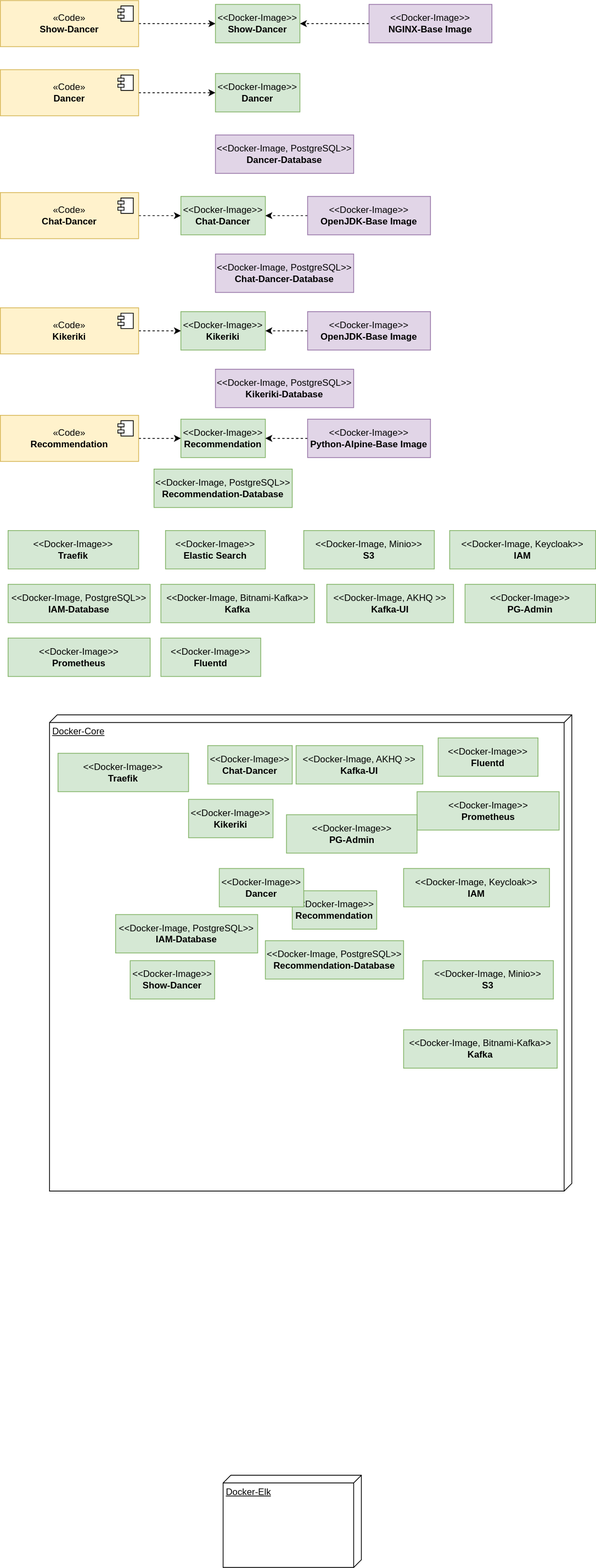
Before: src/main/jbake/content/documentation/arc42/images/deployment-components.drawio.svg, a diagram exported from draw.io (dancier/documentation). Source tidied: cells renumbered, new cells last; positions are measured from the earlier drawing's top-left corner, leaving out a move shared by most shapes.
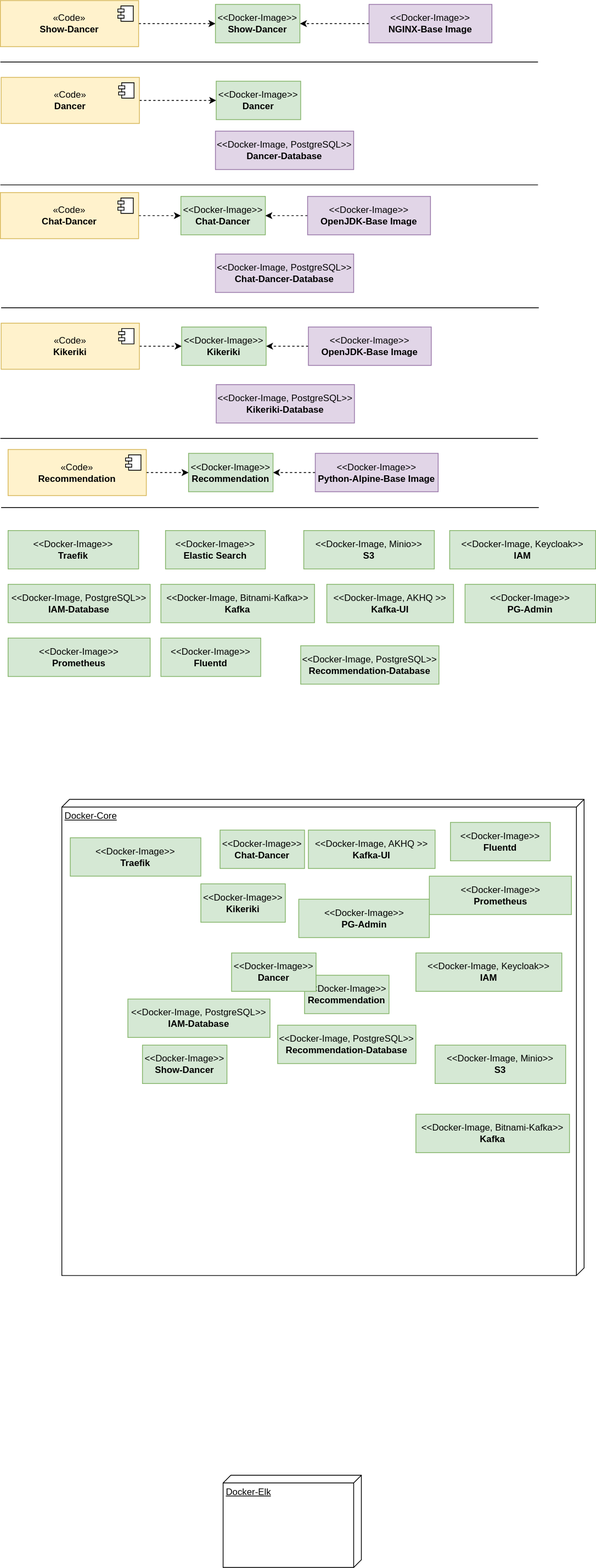
After the change.

What changed in the source:
```diff
@@ -3,7 +3,7 @@
     <mxCell id="0" />
     <mxCell id="1" parent="0" />
     <mxCell id="2" value="Docker-Core" style="verticalAlign=top;align=left;spacingTop=8;spacingLeft=2;spacingRight=12;shape=cube;size=10;direction=south;fontStyle=4;html=1;whiteSpace=wrap;" parent="1" vertex="1">
-      <mxGeometry x="64" y="930" width="680" height="620" as="geometry" />
+      <mxGeometry x="80" y="1040" width="680" height="620" as="geometry" />
     </mxCell>
     <mxCell id="3" style="edgeStyle=orthogonalEdgeStyle;rounded=0;jettySize=auto;html=1;entryX=0;entryY=0.5;entryDx=0;entryDy=0;dashed=1;" parent="1" edge="1" source="4" target="6">
       <mxGeometry relative="1" as="geometry" />
@@ -26,13 +26,13 @@
       <mxGeometry x="480" y="5" width="160" height="50" as="geometry" />
     </mxCell>
     <mxCell id="9" value="&amp;lt;&amp;lt;Docker-Image&amp;gt;&amp;gt;&lt;br&gt;&lt;b&gt;Dancer&lt;/b&gt;" style="html=1;whiteSpace=wrap;fillColor=#d5e8d4;strokeColor=#82b366;" parent="1" vertex="1">
-      <mxGeometry x="280" y="95" width="110" height="50" as="geometry" />
+      <mxGeometry x="281" y="105" width="110" height="50" as="geometry" />
     </mxCell>
     <mxCell id="10" style="edgeStyle=orthogonalEdgeStyle;rounded=0;jettySize=auto;html=1;entryX=0;entryY=0.5;entryDx=0;entryDy=0;dashed=1;" parent="1" edge="1" source="11" target="9">
       <mxGeometry relative="1" as="geometry" />
     </mxCell>
     <mxCell id="11" value="«Code»&lt;br&gt;&lt;b&gt;Dancer&lt;/b&gt;" style="html=1;whiteSpace=wrap;fillColor=#fff2cc;strokeColor=#d6b656;" parent="1" vertex="1">
-      <mxGeometry y="90" width="180" height="60" as="geometry" />
+      <mxGeometry x="1" y="100" width="180" height="60" as="geometry" />
     </mxCell>
     <mxCell id="12" style="shape=module;jettyWidth=8;jettyHeight=4;" parent="11" vertex="1">
       <mxGeometry x="1" width="20" height="20" relative="1" as="geometry">
@@ -40,7 +40,7 @@
       </mxGeometry>
     </mxCell>
     <mxCell id="13" value="&amp;lt;&amp;lt;Docker-Image, PostgreSQL&amp;gt;&amp;gt;&lt;br&gt;&lt;b&gt;Dancer-Database&lt;/b&gt;" style="html=1;whiteSpace=wrap;fillColor=#e1d5e7;strokeColor=#9673a6;" parent="1" vertex="1">
-      <mxGeometry x="280" y="175" width="180" height="50" as="geometry" />
+      <mxGeometry x="280" y="170" width="180" height="50" as="geometry" />
     </mxCell>
     <mxCell id="14" value="&amp;lt;&amp;lt;Docker-Image&amp;gt;&amp;gt;&lt;br&gt;&lt;b&gt;Chat-Dancer&lt;/b&gt;" style="html=1;whiteSpace=wrap;fillColor=#d5e8d4;strokeColor=#82b366;" parent="1" vertex="1">
       <mxGeometry x="235" y="255" width="110" height="50" as="geometry" />
@@ -81,13 +81,13 @@
       <mxGeometry x="425" y="760" width="165" height="50" as="geometry" />
     </mxCell>
     <mxCell id="26" value="&amp;lt;&amp;lt;Docker-Image&amp;gt;&amp;gt;&lt;br&gt;&lt;b&gt;Kikeriki&lt;/b&gt;" style="html=1;whiteSpace=wrap;fillColor=#d5e8d4;strokeColor=#82b366;" parent="1" vertex="1">
-      <mxGeometry x="235" y="405" width="110" height="50" as="geometry" />
+      <mxGeometry x="236" y="425" width="110" height="50" as="geometry" />
     </mxCell>
     <mxCell id="27" style="edgeStyle=orthogonalEdgeStyle;rounded=0;jettySize=auto;html=1;entryX=0;entryY=0.5;entryDx=0;entryDy=0;dashed=1;" parent="1" edge="1" source="28" target="26">
       <mxGeometry relative="1" as="geometry" />
     </mxCell>
     <mxCell id="28" value="«Code»&lt;br&gt;&lt;b&gt;Kikeriki&lt;/b&gt;" style="html=1;whiteSpace=wrap;fillColor=#fff2cc;strokeColor=#d6b656;" parent="1" vertex="1">
-      <mxGeometry y="400" width="180" height="60" as="geometry" />
+      <mxGeometry x="1" y="420" width="180" height="60" as="geometry" />
     </mxCell>
     <mxCell id="29" style="shape=module;jettyWidth=8;jettyHeight=4;" parent="28" vertex="1">
       <mxGeometry x="1" width="20" height="20" relative="1" as="geometry">
@@ -98,10 +98,10 @@
       <mxGeometry relative="1" as="geometry" />
     </mxCell>
     <mxCell id="31" value="&amp;lt;&amp;lt;Docker-Image&amp;gt;&amp;gt;&lt;br&gt;&lt;b&gt;OpenJDK-Base Image&lt;/b&gt;" style="html=1;whiteSpace=wrap;fillColor=#e1d5e7;strokeColor=#9673a6;" parent="1" vertex="1">
-      <mxGeometry x="400" y="405" width="160" height="50" as="geometry" />
+      <mxGeometry x="401" y="425" width="160" height="50" as="geometry" />
     </mxCell>
     <mxCell id="32" value="&amp;lt;&amp;lt;Docker-Image, PostgreSQL&amp;gt;&amp;gt;&lt;br&gt;&lt;b&gt;Kikeriki-Database&lt;/b&gt;" style="html=1;whiteSpace=wrap;fillColor=#e1d5e7;strokeColor=#9673a6;" parent="1" vertex="1">
-      <mxGeometry x="280" y="480" width="180" height="50" as="geometry" />
+      <mxGeometry x="281" y="500" width="180" height="50" as="geometry" />
     </mxCell>
     <mxCell id="33" value="&amp;lt;&amp;lt;Docker-Image&amp;gt;&amp;gt;&lt;br&gt;&lt;b&gt;PG-Admin&lt;/b&gt;" style="html=1;whiteSpace=wrap;fillColor=#d5e8d4;strokeColor=#82b366;" parent="1" vertex="1">
       <mxGeometry x="605" y="760" width="170" height="50" as="geometry" />
@@ -110,13 +110,13 @@
       <mxGeometry x="10" y="830" width="185" height="50" as="geometry" />
     </mxCell>
     <mxCell id="35" value="&amp;lt;&amp;lt;Docker-Image&amp;gt;&amp;gt;&lt;br&gt;&lt;b&gt;Recommendation&lt;/b&gt;" style="html=1;whiteSpace=wrap;fillColor=#d5e8d4;strokeColor=#82b366;" parent="1" vertex="1">
-      <mxGeometry x="235" y="545" width="110" height="50" as="geometry" />
+      <mxGeometry x="245" y="589.5" width="110" height="50" as="geometry" />
     </mxCell>
     <mxCell id="36" style="edgeStyle=orthogonalEdgeStyle;rounded=0;jettySize=auto;html=1;entryX=0;entryY=0.5;entryDx=0;entryDy=0;dashed=1;" parent="1" edge="1" source="37" target="35">
       <mxGeometry relative="1" as="geometry" />
     </mxCell>
     <mxCell id="37" value="«Code»&lt;br&gt;&lt;b&gt;Recommendation&lt;/b&gt;" style="html=1;whiteSpace=wrap;fillColor=#fff2cc;strokeColor=#d6b656;" parent="1" vertex="1">
-      <mxGeometry y="540" width="180" height="60" as="geometry" />
+      <mxGeometry x="10" y="584.5" width="180" height="60" as="geometry" />
     </mxCell>
     <mxCell id="38" style="shape=module;jettyWidth=8;jettyHeight=4;" parent="37" vertex="1">
       <mxGeometry x="1" width="20" height="20" relative="1" as="geometry">
@@ -127,16 +127,16 @@
       <mxGeometry relative="1" as="geometry" />
     </mxCell>
     <mxCell id="40" value="&amp;lt;&amp;lt;Docker-Image&amp;gt;&amp;gt;&lt;br&gt;&lt;b&gt;Python-Alpine-Base Image&lt;/b&gt;" style="html=1;whiteSpace=wrap;fillColor=#e1d5e7;strokeColor=#9673a6;" parent="1" vertex="1">
-      <mxGeometry x="400" y="545" width="160" height="50" as="geometry" />
+      <mxGeometry x="410" y="589.5" width="160" height="50" as="geometry" />
     </mxCell>
     <mxCell id="41" value="&amp;lt;&amp;lt;Docker-Image, PostgreSQL&amp;gt;&amp;gt;&lt;br&gt;&lt;b&gt;Recommendation-Database&lt;/b&gt;" style="html=1;whiteSpace=wrap;fillColor=#d5e8d4;strokeColor=#82b366;" parent="1" vertex="1">
-      <mxGeometry x="200" y="610" width="180" height="50" as="geometry" />
+      <mxGeometry x="391" y="840" width="180" height="50" as="geometry" />
     </mxCell>
     <mxCell id="42" value="&amp;lt;&amp;lt;Docker-Image, Minio&amp;gt;&amp;gt;&lt;br&gt;&lt;b&gt;S3&lt;/b&gt;" style="html=1;whiteSpace=wrap;fillColor=#d5e8d4;strokeColor=#82b366;" parent="1" vertex="1">
-      <mxGeometry x="550" y="1250" width="170" height="50" as="geometry" />
+      <mxGeometry x="566" y="1360" width="170" height="50" as="geometry" />
     </mxCell>
     <mxCell id="43" value="&amp;lt;&amp;lt;Docker-Image&amp;gt;&amp;gt;&lt;br&gt;&lt;b&gt;Traefik&lt;/b&gt;" style="html=1;whiteSpace=wrap;fillColor=#d5e8d4;strokeColor=#82b366;" parent="1" vertex="1">
-      <mxGeometry x="75" y="980" width="170" height="50" as="geometry" />
+      <mxGeometry x="91" y="1090" width="170" height="50" as="geometry" />
     </mxCell>
     <mxCell id="44" value="&amp;lt;&amp;lt;Docker-Image&amp;gt;&amp;gt;&lt;br&gt;&lt;b&gt;Elastic Search&lt;/b&gt;" style="html=1;whiteSpace=wrap;fillColor=#d5e8d4;strokeColor=#82b366;" parent="1" vertex="1">
       <mxGeometry x="215" y="690" width="130" height="50" as="geometry" />
@@ -145,10 +145,10 @@
       <mxGeometry x="290" y="1920" width="180" height="120" as="geometry" />
     </mxCell>
     <mxCell id="46" value="&amp;lt;&amp;lt;Docker-Image&amp;gt;&amp;gt;&lt;br&gt;&lt;b&gt;Fluentd&lt;/b&gt;" style="html=1;whiteSpace=wrap;fillColor=#d5e8d4;strokeColor=#82b366;" parent="1" vertex="1">
-      <mxGeometry x="570" y="960" width="130" height="50" as="geometry" />
+      <mxGeometry x="586" y="1070" width="130" height="50" as="geometry" />
     </mxCell>
     <mxCell id="47" value="&amp;lt;&amp;lt;Docker-Image&amp;gt;&amp;gt;&lt;br&gt;&lt;b&gt;Prometheus&lt;/b&gt;" style="html=1;whiteSpace=wrap;fillColor=#d5e8d4;strokeColor=#82b366;" parent="1" vertex="1">
-      <mxGeometry x="542.5" y="1030" width="185" height="50" as="geometry" />
+      <mxGeometry x="558.5" y="1140" width="185" height="50" as="geometry" />
     </mxCell>
     <mxCell id="48" value="&amp;lt;&amp;lt;Docker-Image&amp;gt;&amp;gt;&lt;br&gt;&lt;b&gt;Traefik&lt;/b&gt;" style="html=1;whiteSpace=wrap;fillColor=#d5e8d4;strokeColor=#82b366;" parent="1" vertex="1">
       <mxGeometry x="10" y="690" width="170" height="50" as="geometry" />
@@ -157,37 +157,67 @@
       <mxGeometry x="395" y="690" width="170" height="50" as="geometry" />
     </mxCell>
     <mxCell id="50" value="&amp;lt;&amp;lt;Docker-Image&amp;gt;&amp;gt;&lt;br&gt;&lt;b&gt;Recommendation&lt;/b&gt;" style="html=1;whiteSpace=wrap;fillColor=#d5e8d4;strokeColor=#82b366;" parent="1" vertex="1">
-      <mxGeometry x="380" y="1159" width="110" height="50" as="geometry" />
+      <mxGeometry x="396" y="1269" width="110" height="50" as="geometry" />
     </mxCell>
     <mxCell id="51" value="&amp;lt;&amp;lt;Docker-Image, PostgreSQL&amp;gt;&amp;gt;&lt;br&gt;&lt;b&gt;Recommendation-Database&lt;/b&gt;" style="html=1;whiteSpace=wrap;fillColor=#d5e8d4;strokeColor=#82b366;" parent="1" vertex="1">
-      <mxGeometry x="345" y="1224" width="180" height="50" as="geometry" />
+      <mxGeometry x="361" y="1334" width="180" height="50" as="geometry" />
     </mxCell>
     <mxCell id="52" value="&amp;lt;&amp;lt;Docker-Image, Keycloak&amp;gt;&amp;gt;&lt;br&gt;&lt;b&gt;IAM&lt;/b&gt;" style="html=1;whiteSpace=wrap;fillColor=#d5e8d4;strokeColor=#82b366;" parent="1" vertex="1">
-      <mxGeometry x="525" y="1130" width="190" height="50" as="geometry" />
+      <mxGeometry x="541" y="1240" width="190" height="50" as="geometry" />
     </mxCell>
     <mxCell id="53" value="&amp;lt;&amp;lt;Docker-Image&amp;gt;&amp;gt;&lt;br&gt;&lt;b&gt;PG-Admin&lt;/b&gt;" style="html=1;whiteSpace=wrap;fillColor=#d5e8d4;strokeColor=#82b366;" parent="1" vertex="1">
-      <mxGeometry x="372.5" y="1060" width="170" height="50" as="geometry" />
+      <mxGeometry x="388.5" y="1170" width="170" height="50" as="geometry" />
     </mxCell>
     <mxCell id="54" value="&amp;lt;&amp;lt;Docker-Image, Bitnami-Kafka&amp;gt;&amp;gt;&lt;br&gt;&lt;b&gt;Kafka&lt;/b&gt;" style="html=1;whiteSpace=wrap;fillColor=#d5e8d4;strokeColor=#82b366;" parent="1" vertex="1">
-      <mxGeometry x="525" y="1340" width="200" height="50" as="geometry" />
+      <mxGeometry x="541" y="1450" width="200" height="50" as="geometry" />
     </mxCell>
     <mxCell id="55" value="&amp;lt;&amp;lt;Docker-Image, AKHQ &amp;gt;&amp;gt;&lt;br&gt;&lt;b&gt;Kafka-UI&lt;/b&gt;" style="html=1;whiteSpace=wrap;fillColor=#d5e8d4;strokeColor=#82b366;" parent="1" vertex="1">
-      <mxGeometry x="385" y="970" width="165" height="50" as="geometry" />
+      <mxGeometry x="401" y="1080" width="165" height="50" as="geometry" />
     </mxCell>
     <mxCell id="56" value="&amp;lt;&amp;lt;Docker-Image, PostgreSQL&amp;gt;&amp;gt;&lt;br&gt;&lt;b&gt;IAM-Database&lt;/b&gt;" style="html=1;whiteSpace=wrap;fillColor=#d5e8d4;strokeColor=#82b366;" parent="1" vertex="1">
-      <mxGeometry x="150" y="1190" width="185" height="50" as="geometry" />
+      <mxGeometry x="166" y="1300" width="185" height="50" as="geometry" />
     </mxCell>
     <mxCell id="57" value="&amp;lt;&amp;lt;Docker-Image&amp;gt;&amp;gt;&lt;br&gt;&lt;b&gt;Kikeriki&lt;/b&gt;" style="html=1;whiteSpace=wrap;fillColor=#d5e8d4;strokeColor=#82b366;" parent="1" vertex="1">
-      <mxGeometry x="245" y="1040" width="110" height="50" as="geometry" />
+      <mxGeometry x="261" y="1150" width="110" height="50" as="geometry" />
     </mxCell>
     <mxCell id="58" value="&amp;lt;&amp;lt;Docker-Image&amp;gt;&amp;gt;&lt;br&gt;&lt;b&gt;Chat-Dancer&lt;/b&gt;" style="html=1;whiteSpace=wrap;fillColor=#d5e8d4;strokeColor=#82b366;" parent="1" vertex="1">
-      <mxGeometry x="270" y="970" width="110" height="50" as="geometry" />
+      <mxGeometry x="286" y="1080" width="110" height="50" as="geometry" />
     </mxCell>
     <mxCell id="59" value="&amp;lt;&amp;lt;Docker-Image&amp;gt;&amp;gt;&lt;br&gt;&lt;b&gt;Dancer&lt;/b&gt;" style="html=1;whiteSpace=wrap;fillColor=#d5e8d4;strokeColor=#82b366;" parent="1" vertex="1">
-      <mxGeometry x="285" y="1130" width="110" height="50" as="geometry" />
+      <mxGeometry x="301" y="1240" width="110" height="50" as="geometry" />
     </mxCell>
     <mxCell id="60" value="&amp;lt;&amp;lt;Docker-Image&amp;gt;&amp;gt;&lt;br&gt;&lt;b&gt;Show-Dancer&lt;/b&gt;" style="html=1;whiteSpace=wrap;fillColor=#d5e8d4;strokeColor=#82b366;" parent="1" vertex="1">
-      <mxGeometry x="169" y="1250" width="110" height="50" as="geometry" />
+      <mxGeometry x="185" y="1360" width="110" height="50" as="geometry" />
     </mxCell>
+    <mxCell id="61" style="endArrow=none;html=1;rounded=0;" parent="1" edge="1">
+      <mxGeometry relative="1" as="geometry">
+        <mxPoint y="80" as="sourcePoint" />
+        <mxPoint x="700" y="80" as="targetPoint" />
+      </mxGeometry>
+    </mxCell>
+    <mxCell id="62" style="endArrow=none;html=1;rounded=0;" parent="1" edge="1">
+      <mxGeometry relative="1" as="geometry">
+        <mxPoint y="240" as="sourcePoint" />
+        <mxPoint x="700" y="240" as="targetPoint" />
+      </mxGeometry>
+    </mxCell>
+    <mxCell id="63" style="endArrow=none;html=1;rounded=0;" parent="1" edge="1">
+      <mxGeometry relative="1" as="geometry">
+        <mxPoint x="1" y="400" as="sourcePoint" />
+        <mxPoint x="701" y="400" as="targetPoint" />
+      </mxGeometry>
+    </mxCell>
+    <mxCell id="64" style="endArrow=none;html=1;rounded=0;" parent="1" edge="1">
+      <mxGeometry relative="1" as="geometry">
+        <mxPoint x="1" y="660" as="sourcePoint" />
+        <mxPoint x="701" y="660" as="targetPoint" />
+      </mxGeometry>
+    </mxCell>
+    <mxCell id="65" style="endArrow=none;html=1;rounded=0;" parent="1" edge="1">
+      <mxGeometry relative="1" as="geometry">
+        <mxPoint y="570" as="sourcePoint" />
+        <mxPoint x="700" y="570" as="targetPoint" />
+      </mxGeometry>
+    </mxCell>
   </root>
 </mxGraphModel>
```
